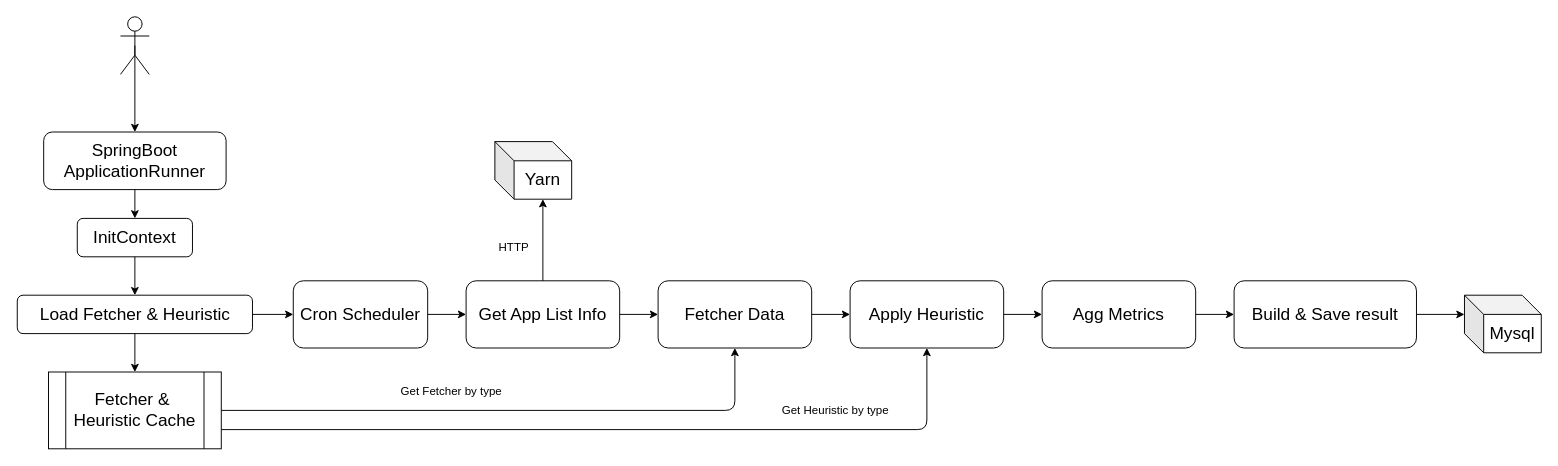
Earlier version of the draw.io diagram warship/Warship-Fetcher-Heuristic.drawio (imperio-wxm/draw). Source tidied: cells renumbered, new cells numbered last; positions are measured from the earlier drawing's top-left corner, leaving out a move shared by most shapes. Both pictures are drawn from the tidied source at 96%, with x=0, y=0 at pixel (16, 16).
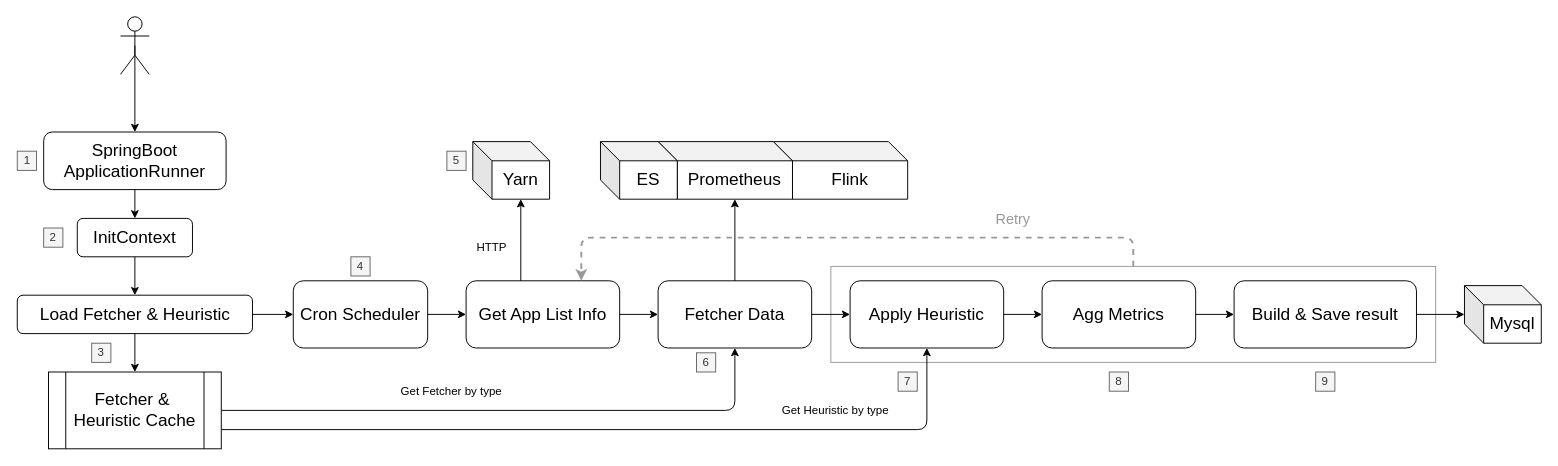
Above is the later version.

Unchanged cells that the change refers to:
```xml
<mxCell id="13" value="&lt;font style=&quot;font-size: 18px&quot;&gt;Get App List Info&lt;br&gt;&lt;/font&gt;" style="rounded=1;whiteSpace=wrap;html=1;" parent="1" vertex="1">
  <mxGeometry x="468" y="275" width="160" height="70" as="geometry" />
</mxCell>
<mxCell id="18" value="&lt;font style=&quot;font-size: 18px&quot;&gt;Fetcher Data&lt;br&gt;&lt;/font&gt;" style="rounded=1;whiteSpace=wrap;html=1;" parent="1" vertex="1">
  <mxGeometry x="668" y="275" width="160" height="70" as="geometry" />
</mxCell>
<mxCell id="28" value="&lt;font style=&quot;font-size: 18px&quot;&gt;Build &amp;amp; Save result&lt;br&gt;&lt;/font&gt;" style="rounded=1;whiteSpace=wrap;html=1;" parent="1" vertex="1">
  <mxGeometry x="1268" y="275" width="190" height="70" as="geometry" />
</mxCell>
```

The edit, as a diff of the source:
```diff
@@
+    <mxCell id="32" style="rounded=0;whiteSpace=wrap;html=1;fillColor=none;strokeWidth=1;strokeColor=#999999;" parent="1" vertex="1">
+      <mxGeometry x="848" y="260" width="630" height="100" as="geometry" />
+    </mxCell>
@@
     <mxCell id="15" value="&lt;font style=&quot;font-size: 18px&quot;&gt;Yarn&lt;/font&gt;" style="shape=cube;whiteSpace=wrap;html=1;boundedLbl=1;backgroundOutline=1;darkOpacity=0.05;darkOpacity2=0.1;" parent="1" vertex="1">
-      <mxGeometry x="498" y="130" width="80" height="60" as="geometry" />
+      <mxGeometry x="475" y="130" width="80" height="60" as="geometry" />
     </mxCell>
-    <mxCell id="16" style="endArrow=classic;html=1;exitX=0.5;exitY=0;exitDx=0;exitDy=0;entryX=0;entryY=0;entryDx=50;entryDy=60;entryPerimeter=0;" parent="1" edge="1" source="13" target="15">
-      <mxGeometry relative="1" as="geometry" />
+    <mxCell id="16" style="endArrow=classic;html=1;exitX=0.5;exitY=0;exitDx=0;exitDy=0;entryX=0;entryY=0;entryDx=50;entryDy=60;entryPerimeter=0;" parent="1" edge="1" target="15">
+      <mxGeometry relative="1" as="geometry">
+        <mxPoint x="525" y="275" as="sourcePoint" />
+      </mxGeometry>
     </mxCell>
     <mxCell id="17" value="HTTP" style="text;html=1;strokeColor=none;fillColor=none;align=center;verticalAlign=middle;whiteSpace=wrap;rounded=0;" parent="1" vertex="1">
-      <mxGeometry x="498" y="230" width="40" height="20" as="geometry" />
+      <mxGeometry x="475" y="230" width="40" height="20" as="geometry" />
     </mxCell>
@@
     <mxCell id="30" value="&lt;font style=&quot;font-size: 18px&quot;&gt;Mysql&lt;/font&gt;" style="shape=cube;whiteSpace=wrap;html=1;boundedLbl=1;backgroundOutline=1;darkOpacity=0.05;darkOpacity2=0.1;" parent="1" vertex="1">
-      <mxGeometry x="1508" y="290" width="80" height="60" as="geometry" />
+      <mxGeometry x="1508" y="280" width="80" height="60" as="geometry" />
     </mxCell>
-    <mxCell id="31" style="endArrow=classic;html=1;exitX=1;exitY=0.5;exitDx=0;exitDy=0;entryX=0;entryY=0;entryDx=0;entryDy=20;entryPerimeter=0;" parent="1" edge="1" source="28" target="30">
+    <mxCell id="31" style="endArrow=classic;html=1;exitX=1;exitY=0.5;exitDx=0;exitDy=0;" parent="1" edge="1" source="28" target="30">
       <mxGeometry relative="1" as="geometry" />
     </mxCell>
+    <mxCell id="33" style="edgeStyle=elbowEdgeStyle;elbow=vertical;endArrow=classic;html=1;entryX=0.75;entryY=0;entryDx=0;entryDy=0;exitX=0.5;exitY=0;exitDx=0;exitDy=0;dashed=1;strokeWidth=2;strokeColor=#999999;" parent="1" edge="1" source="32" target="13">
+      <mxGeometry relative="1" as="geometry">
+        <Array as="points">
+          <mxPoint x="868" y="230" />
+        </Array>
+      </mxGeometry>
+    </mxCell>
+    <mxCell id="34" value="&lt;font color=&quot;#999999&quot; style=&quot;font-size: 15px&quot;&gt;Retry&lt;/font&gt;" style="text;html=1;strokeColor=none;fillColor=none;align=center;verticalAlign=middle;whiteSpace=wrap;rounded=0;dashed=1;" parent="1" vertex="1">
+      <mxGeometry x="1018" y="200" width="40" height="20" as="geometry" />
+    </mxCell>
+    <mxCell id="35" value="1" style="text;html=1;strokeColor=#666666;fillColor=#f5f5f5;align=center;verticalAlign=middle;whiteSpace=wrap;rounded=0;fontColor=#333333;" parent="1" vertex="1">
+      <mxGeometry x="0.5" y="140" width="20" height="20" as="geometry" />
+    </mxCell>
+    <mxCell id="36" value="2" style="text;html=1;strokeColor=#666666;fillColor=#f5f5f5;align=center;verticalAlign=middle;whiteSpace=wrap;rounded=0;fontColor=#333333;" parent="1" vertex="1">
+      <mxGeometry x="28" y="220" width="20" height="20" as="geometry" />
+    </mxCell>
+    <mxCell id="37" value="3" style="text;html=1;strokeColor=#666666;fillColor=#f5f5f5;align=center;verticalAlign=middle;whiteSpace=wrap;rounded=0;fontColor=#333333;" parent="1" vertex="1">
+      <mxGeometry x="78" y="340" width="20" height="20" as="geometry" />
+    </mxCell>
+    <mxCell id="38" value="4" style="text;html=1;strokeColor=#666666;fillColor=#f5f5f5;align=center;verticalAlign=middle;whiteSpace=wrap;rounded=0;fontColor=#333333;" parent="1" vertex="1">
+      <mxGeometry x="348" y="250" width="20" height="20" as="geometry" />
+    </mxCell>
+    <mxCell id="39" value="5" style="text;html=1;strokeColor=#666666;fillColor=#f5f5f5;align=center;verticalAlign=middle;whiteSpace=wrap;rounded=0;fontColor=#333333;" parent="1" vertex="1">
+      <mxGeometry x="448" y="140" width="20" height="20" as="geometry" />
+    </mxCell>
+    <mxCell id="40" value="6" style="text;html=1;strokeColor=#666666;fillColor=#f5f5f5;align=center;verticalAlign=middle;whiteSpace=wrap;rounded=0;fontColor=#333333;" parent="1" vertex="1">
+      <mxGeometry x="708" y="350" width="20" height="20" as="geometry" />
+    </mxCell>
+    <mxCell id="41" value="7" style="text;html=1;strokeColor=#666666;fillColor=#f5f5f5;align=center;verticalAlign=middle;whiteSpace=wrap;rounded=0;fontColor=#333333;" parent="1" vertex="1">
+      <mxGeometry x="918" y="370" width="20" height="20" as="geometry" />
+    </mxCell>
+    <mxCell id="42" value="8" style="text;html=1;strokeColor=#666666;fillColor=#f5f5f5;align=center;verticalAlign=middle;whiteSpace=wrap;rounded=0;fontColor=#333333;" parent="1" vertex="1">
+      <mxGeometry x="1138" y="370" width="20" height="20" as="geometry" />
+    </mxCell>
+    <mxCell id="43" value="9" style="text;html=1;strokeColor=#666666;fillColor=#f5f5f5;align=center;verticalAlign=middle;whiteSpace=wrap;rounded=0;fontColor=#333333;" parent="1" vertex="1">
+      <mxGeometry x="1353" y="370" width="20" height="20" as="geometry" />
+    </mxCell>
+    <mxCell id="44" style="group;" parent="1" vertex="1">
+      <mxGeometry x="608" y="130" width="320" height="60" as="geometry" />
+    </mxCell>
+    <mxCell id="45" value="&lt;font face=&quot;microsoft yahei&quot;&gt;&lt;span style=&quot;font-size: 18px&quot;&gt;Flink&lt;/span&gt;&lt;/font&gt;" style="shape=cube;whiteSpace=wrap;html=1;boundedLbl=1;backgroundOutline=1;darkOpacity=0.05;darkOpacity2=0.1;" parent="44" vertex="1">
+      <mxGeometry x="180" width="140" height="60" as="geometry" />
+    </mxCell>
+    <mxCell id="46" value="&lt;span style=&quot;font-family: &amp;#34;microsoft yahei&amp;#34;&quot;&gt;&lt;font style=&quot;font-size: 18px&quot;&gt;Prometheus&lt;/font&gt;&lt;/span&gt;" style="shape=cube;whiteSpace=wrap;html=1;boundedLbl=1;backgroundOutline=1;darkOpacity=0.05;darkOpacity2=0.1;" parent="44" vertex="1">
+      <mxGeometry x="60" width="140" height="60" as="geometry" />
+    </mxCell>
+    <mxCell id="47" value="&lt;font style=&quot;font-size: 18px&quot;&gt;ES&lt;/font&gt;" style="shape=cube;whiteSpace=wrap;html=1;boundedLbl=1;backgroundOutline=1;darkOpacity=0.05;darkOpacity2=0.1;" parent="44" vertex="1">
+      <mxGeometry width="80" height="60" as="geometry" />
+    </mxCell>
+    <mxCell id="48" style="endArrow=classic;html=1;entryX=0;entryY=0;entryDx=80;entryDy=60;entryPerimeter=0;exitX=0.5;exitY=0;exitDx=0;exitDy=0;" parent="1" edge="1" source="18" target="46">
+      <mxGeometry relative="1" as="geometry" />
+    </mxCell>
```
